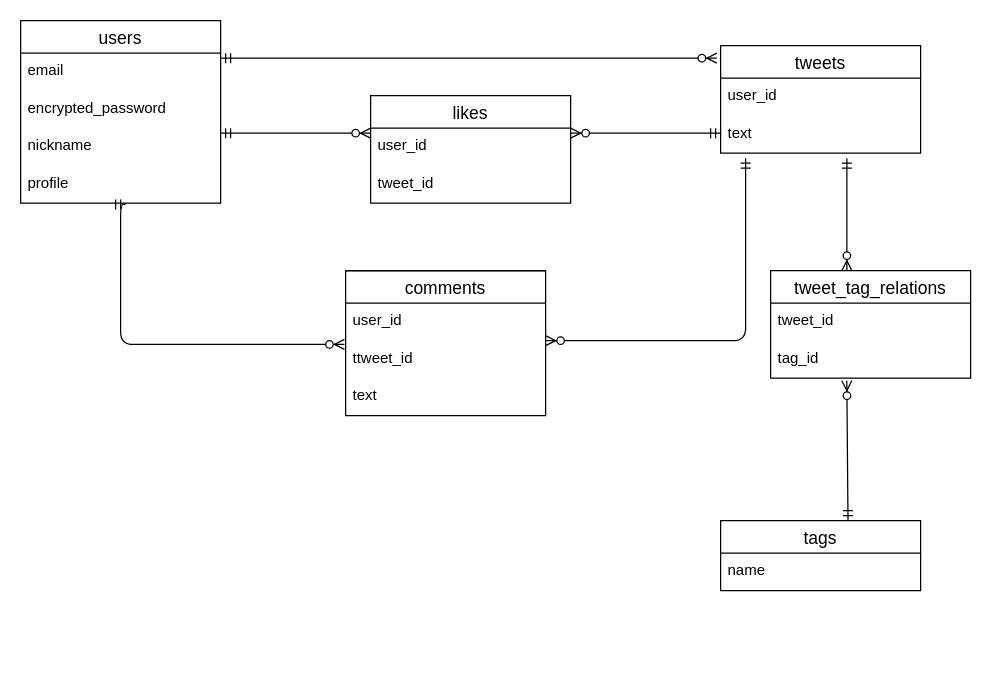
This is camp.dio from sryuri/camp-36995, a draw.io file, before an edit. Source tidied: cells renumbered, new cells numbered last; positions are measured from the earlier drawing's top-left corner, leaving out a move shared by most shapes. Both pictures are drawn from the tidied source at 125%, with x=0, y=0 at pixel (20, 20).
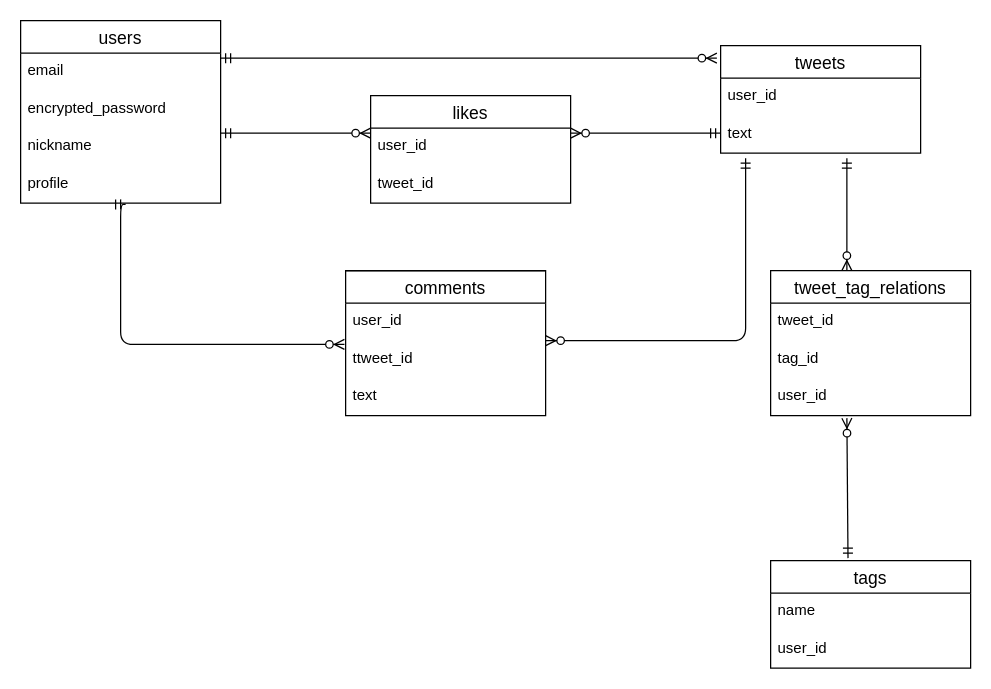
The same page after the edit.

Commit message (it also covers changes not shown here):
README,ER図カラムの追加

The change refers to these unchanged cells:
```xml
<mxCell id="29" value="tag_id" style="text;strokeColor=none;fillColor=none;spacingLeft=4;spacingRight=4;overflow=hidden;points=[[0,0.5],[1,0.5]];portConstraint=eastwest;fontSize=12;" parent="27" vertex="1">
  <mxGeometry y="56" width="160" height="30" as="geometry" />
</mxCell>
```

Change to the diagram source:
```diff
@@
     <mxCell id="17" value="tags" style="swimlane;fontStyle=0;horizontal=1;startSize=26;align=center;fontSize=14;" parent="1" vertex="1">
-      <mxGeometry x="560" y="400" width="160" height="56" as="geometry" />
+      <mxGeometry x="600" y="432" width="160" height="86" as="geometry" />
     </mxCell>
@@
+    <mxCell id="31" value="user_id" style="text;strokeColor=none;fillColor=none;spacingLeft=4;spacingRight=4;overflow=hidden;fontSize=12;" parent="17" vertex="1">
+      <mxGeometry y="56" width="160" height="30" as="geometry" />
+    </mxCell>
@@
-    <mxCell id="25" style="fontSize=12;html=1;endArrow=ERzeroToMany;startArrow=ERmandOne;entryX=0.381;entryY=1.067;entryDx=0;entryDy=0;entryPerimeter=0;" parent="1" edge="1" target="29">
+    <mxCell id="25" style="fontSize=12;html=1;endArrow=ERzeroToMany;startArrow=ERmandOne;entryX=0.381;entryY=1.067;entryDx=0;entryDy=0;entryPerimeter=0;" parent="1" edge="1">
       <mxGeometry relative="1" as="geometry">
-        <mxPoint x="661.9" y="400" as="sourcePoint" />
+        <mxPoint x="661.9" y="430" as="sourcePoint" />
+        <mxPoint x="661" y="318" as="targetPoint" />
       </mxGeometry>
     </mxCell>
@@
     <mxCell id="27" value="tweet_tag_relations" style="swimlane;fontStyle=0;horizontal=1;startSize=26;align=center;fontSize=14;" parent="1" vertex="1">
-      <mxGeometry x="600" y="200" width="160" height="86" as="geometry" />
+      <mxGeometry x="600" y="200" width="160" height="116" as="geometry" />
     </mxCell>
@@
+    <mxCell id="32" value="user_id" style="text;strokeColor=none;fillColor=none;spacingLeft=4;spacingRight=4;overflow=hidden;fontSize=12;" parent="27" vertex="1">
+      <mxGeometry y="86" width="160" height="30" as="geometry" />
+    </mxCell>
```
